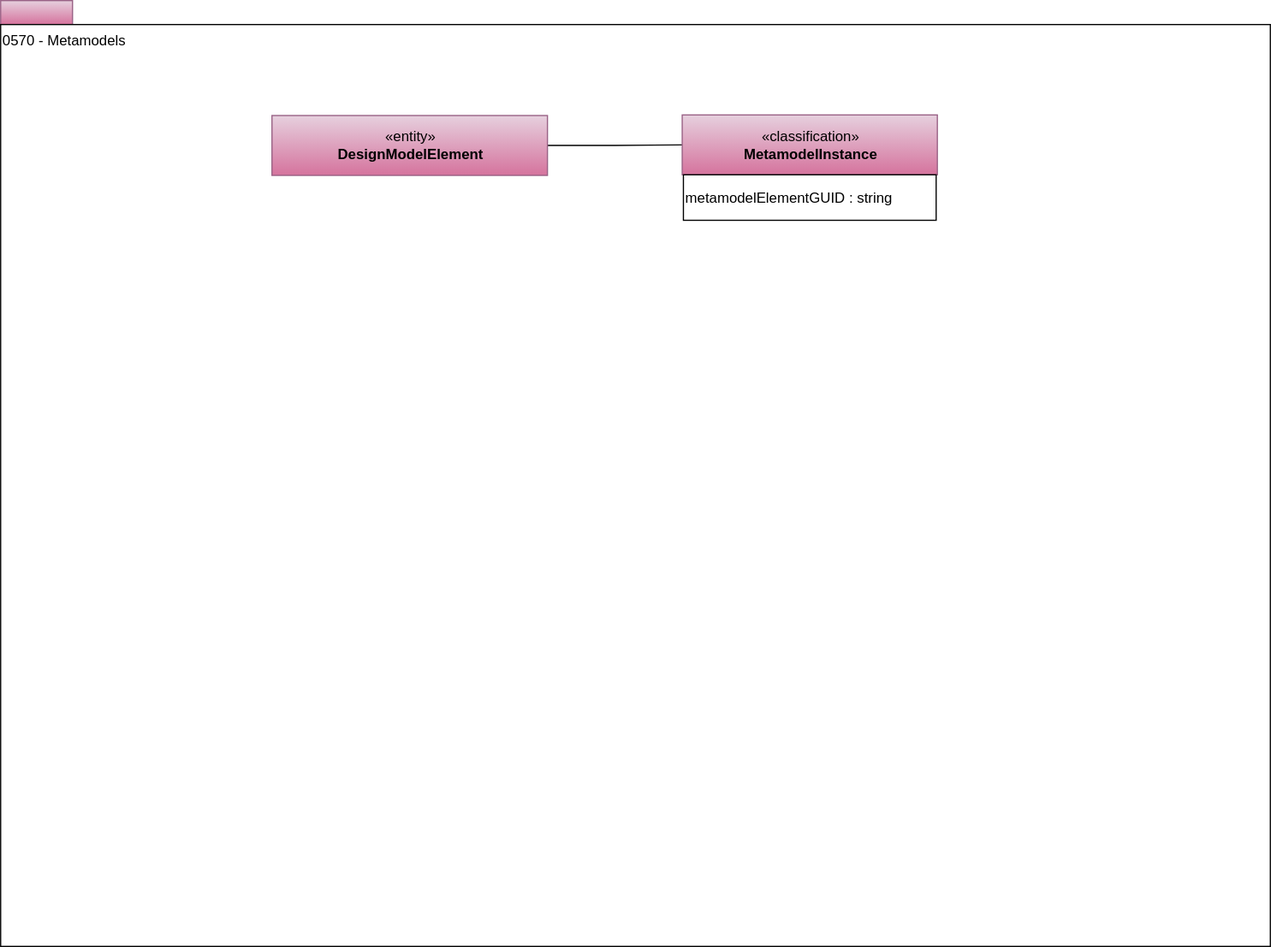
Earlier version of the draw.io export site/docs/types/5/0570-Metamodels.svg (odpi/egeria-docs). Source tidied: cells renumbered, new cells last; positions are measured from the earlier drawing's top-left corner, leaving out a move shared by most shapes.
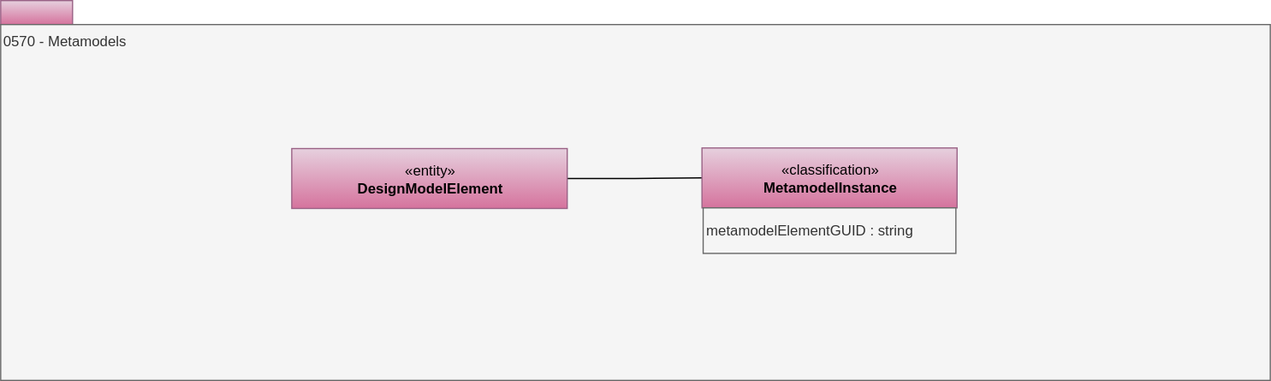
After the commit.

What changed in the source:
```diff
@@ -3,10 +3,10 @@
     <mxCell id="0" />
     <mxCell id="1" parent="0" />
     <mxCell id="2" style="rounded=0;whiteSpace=wrap;html=1;align=left;fillColor=#e6d0de;strokeColor=#996185;gradientColor=#d5739d;" parent="1" vertex="1">
-      <mxGeometry width="60" height="20" as="geometry" />
+      <mxGeometry x="-16.5" y="-27.5" width="60" height="20" as="geometry" />
     </mxCell>
-    <mxCell id="3" value="0570 - Metamodels" style="rounded=0;whiteSpace=wrap;html=1;align=left;verticalAlign=top;" parent="1" vertex="1">
-      <mxGeometry y="20" width="1060" height="770" as="geometry" />
+    <mxCell id="3" value="0570 - Metamodels" style="rounded=0;whiteSpace=wrap;html=1;align=left;verticalAlign=top;fillColor=#f5f5f5;fontColor=#333333;strokeColor=#666666;" parent="1" vertex="1">
+      <mxGeometry x="-16.5" y="-7.5" width="1060" height="297" as="geometry" />
     </mxCell>
     <mxCell id="4" style="edgeStyle=orthogonalEdgeStyle;rounded=0;jettySize=auto;html=1;exitX=1;exitY=0.5;exitDx=0;exitDy=0;entryX=0;entryY=0.5;entryDx=0;entryDy=0;endArrow=none;endFill=0;" parent="1" edge="1" source="5" target="6">
       <mxGeometry relative="1" as="geometry" />
@@ -17,7 +17,7 @@
     <mxCell id="6" value="«classification»&lt;br&gt;&lt;b&gt;MetamodelInstance&lt;/b&gt;" style="html=1;strokeColor=#996185;align=center;fillColor=#e6d0de;gradientColor=#d5739d;" parent="1" vertex="1">
       <mxGeometry x="569" y="95.5" width="213" height="50" as="geometry" />
     </mxCell>
-    <mxCell id="7" value="metamodelElementGUID : string&lt;span&gt;&lt;br&gt;&lt;/span&gt;" style="rounded=0;whiteSpace=wrap;html=1;strokeColor=#000000;gradientColor=#ffffff;align=left;" parent="1" vertex="1">
+    <mxCell id="7" value="metamodelElementGUID : string&lt;span&gt;&lt;br&gt;&lt;/span&gt;" style="rounded=0;whiteSpace=wrap;html=1;strokeColor=#666666;align=left;fillColor=#f5f5f5;fontColor=#333333;" parent="1" vertex="1">
       <mxGeometry x="570" y="145.5" width="211" height="38" as="geometry" />
     </mxCell>
   </root>
```
